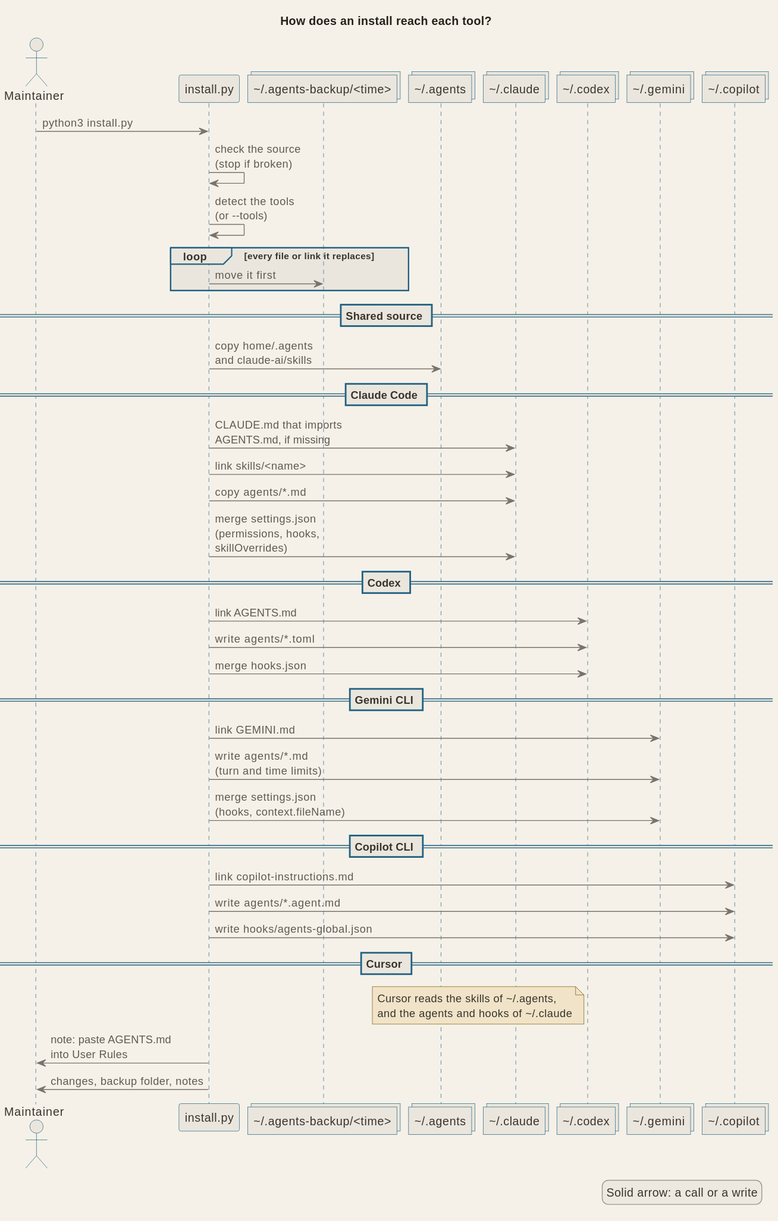
Earlier version of the PlantUML export docs/diagrams/arch_install.svg (signorenne/dotagents).
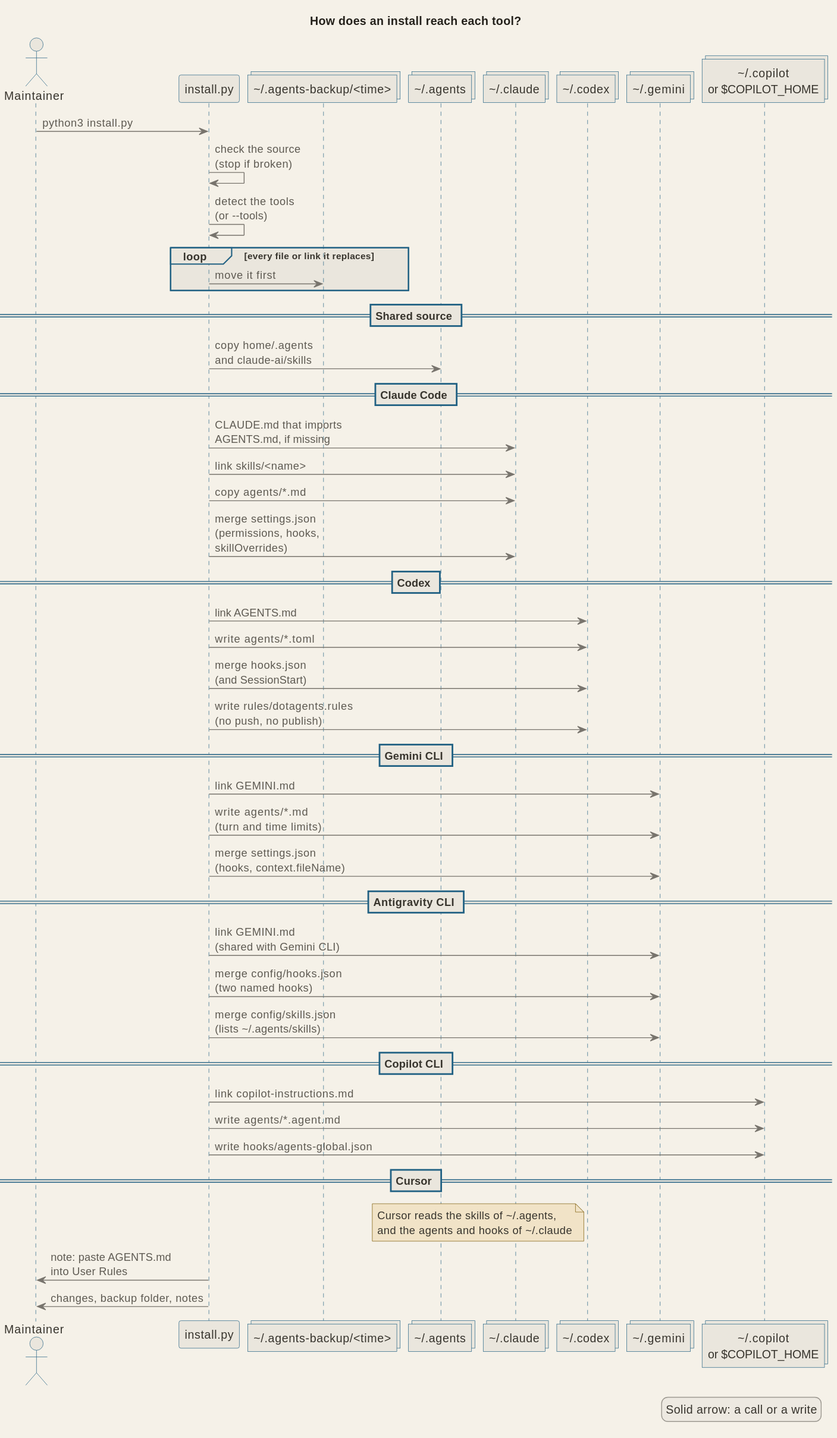
The same file after the commit.

Commit message:
docs(architecture): redraw the install and hooks diagrams for the new hooks and adapters

Diff of the diagram source:
```diff
@@ -9,7 +9,7 @@
 collections "&#126;/.claude" as claude
 collections "&#126;/.codex" as codex
 collections "&#126;/.gemini" as gemini
-collections "&#126;/.copilot" as copilot
+collections "&#126;/.copilot\nor $COPILOT_HOME" as copilot
 
 user -> install : python3 install.py
 install -> install : check the source\n(stop if broken)
@@ -31,12 +31,18 @@
 == Codex ==
 install -> codex : link AGENTS.md
 install -> codex : write agents/*.toml
-install -> codex : merge hooks.json
+install -> codex : merge hooks.json\n(and SessionStart)
+install -> codex : write rules/dotagents.rules\n(no push, no publish)
 
 == Gemini CLI ==
 install -> gemini : link GEMINI.md
 install -> gemini : write agents/*.md\n(turn and time limits)
 install -> gemini : merge settings.json\n(hooks, context.fileName)
+
+== Antigravity CLI ==
+install -> gemini : link GEMINI.md\n(shared with Gemini CLI)
+install -> gemini : merge config/hooks.json\n(two named hooks)
+install -> gemini : merge config/skills.json\n(lists &#126;/.agents/skills)
 
 == Copilot CLI ==
 install -> copilot : link copilot-instructions.md
```
